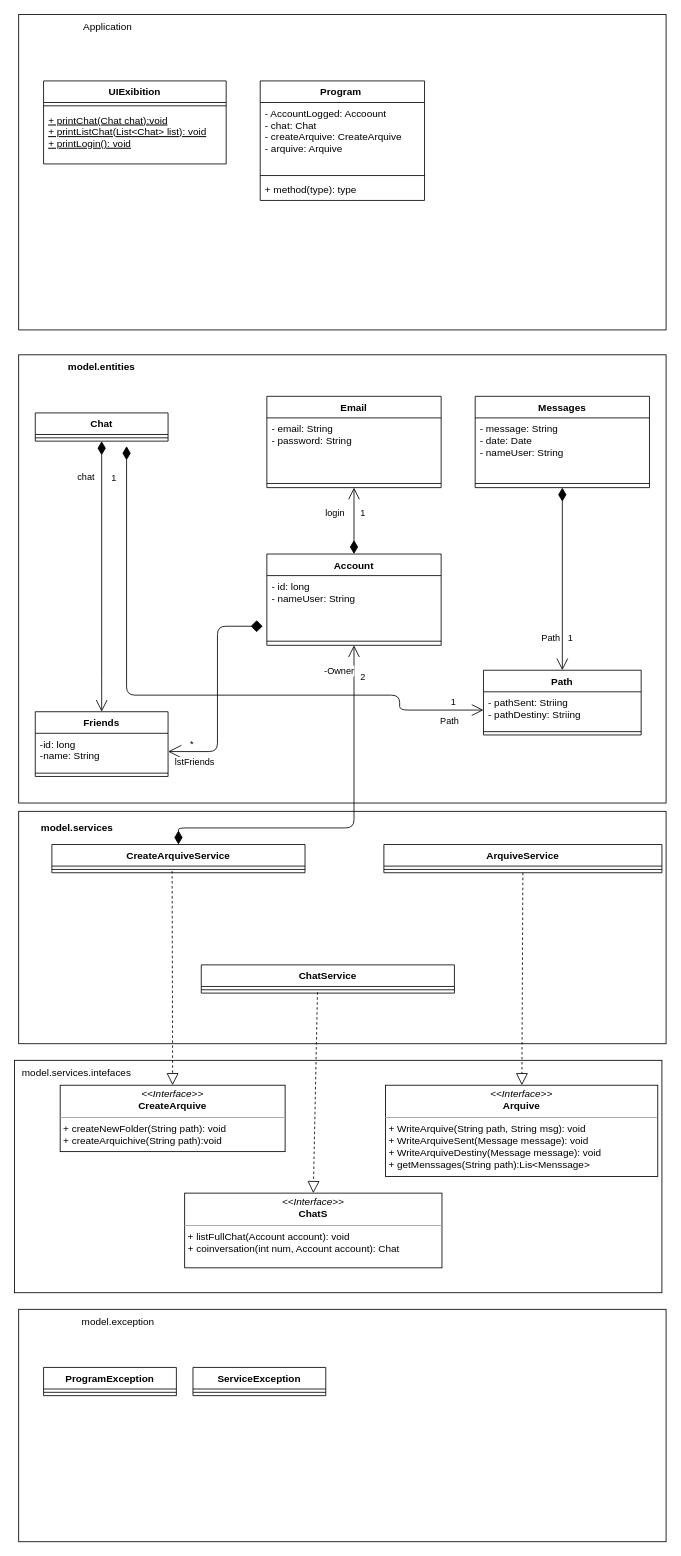
The draw.io diagram documentation/ProjectUML.drawio in CarlosEduardoFS/ChatArquive, before the edit. Source tidied: cells renumbered, new cells numbered last; positions are measured from the earlier drawing's top-left corner, leaving out a move shared by most shapes. Both pictures are drawn from the tidied source at 83%, with x=0, y=0 at pixel (14, 14).
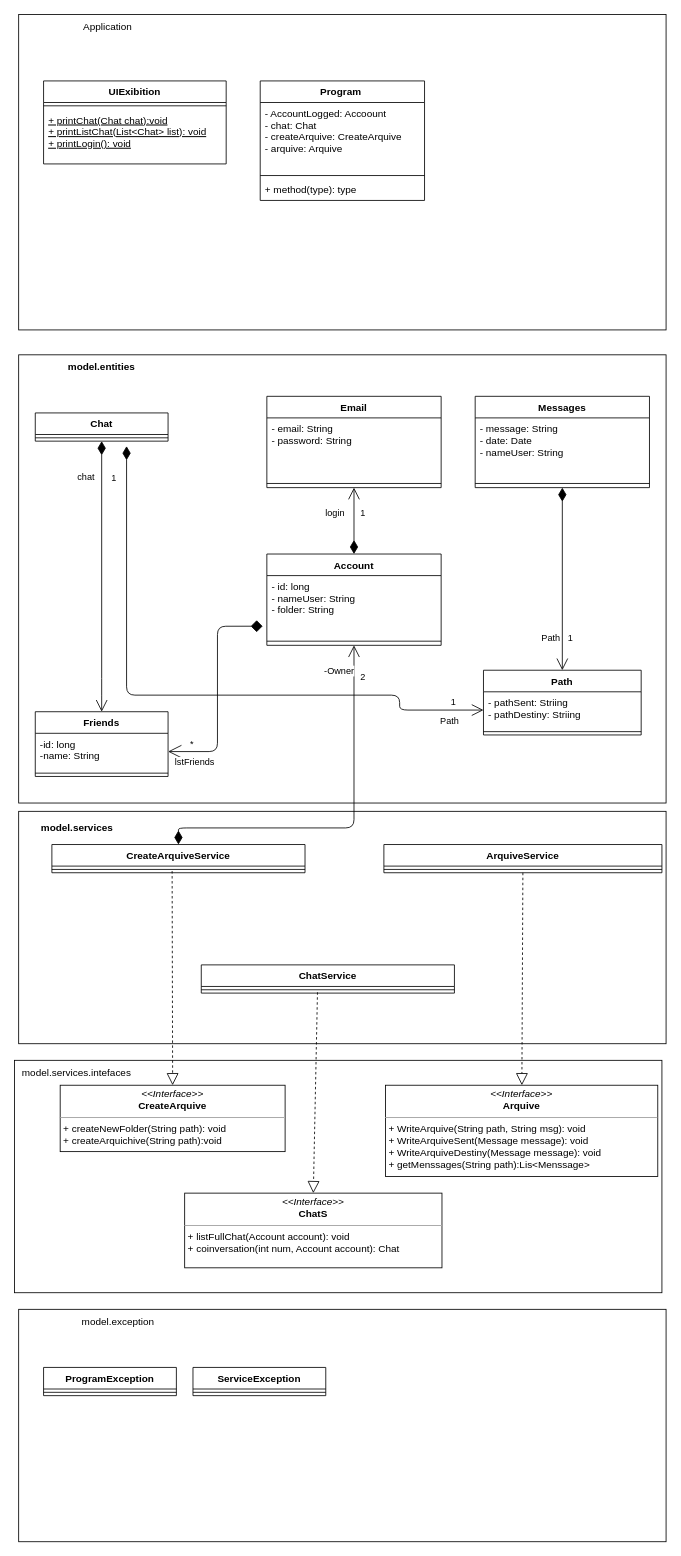
Above is the later version.

Unchanged cells that the change refers to:
```xml
<mxCell id="4" value="Account" style="swimlane;fontStyle=1;align=center;verticalAlign=top;horizontal=1;startSize=26;" parent="1" vertex="1">
  <mxGeometry x="304" y="650" width="210" height="110" as="geometry" />
</mxCell>
```

Diff of the diagram source:
```diff
@@
-    <mxCell id="5" value="- id: long&#10;- nameUser: String" style="text;strokeColor=none;fillColor=none;align=left;verticalAlign=top;spacingLeft=4;spacingRight=4;overflow=hidden;points=[[0,0.5],[1,0.5]];portConstraint=eastwest;" parent="4" vertex="1">
+    <mxCell id="5" value="- id: long&#10;- nameUser: String&#10;- folder: String" style="text;strokeColor=none;fillColor=none;align=left;verticalAlign=top;spacingLeft=4;spacingRight=4;overflow=hidden;points=[[0,0.5],[1,0.5]];portConstraint=eastwest;" parent="4" vertex="1">
       <mxGeometry y="26" width="210" height="74" as="geometry" />
     </mxCell>
```
